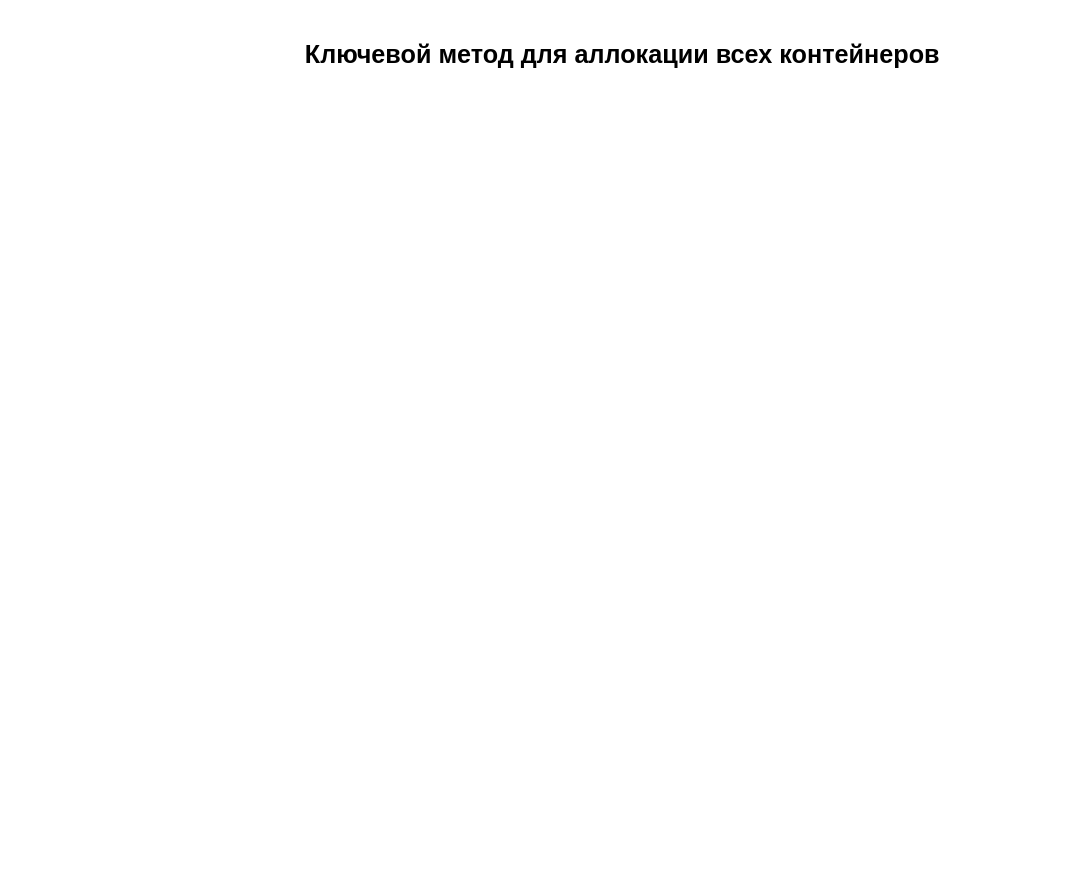
This is page "layer::setup" (9 of 9) of logic.drawio from xsdnn/xsdnn, a draw.io file, before an edit. Source tidied: cells renumbered, new cells numbered last; positions are measured from the earlier drawing's top-left corner, leaving out a move shared by most shapes. Both pictures are drawn from the tidied source at 105%, with x=0, y=0 at pixel (291, 18).
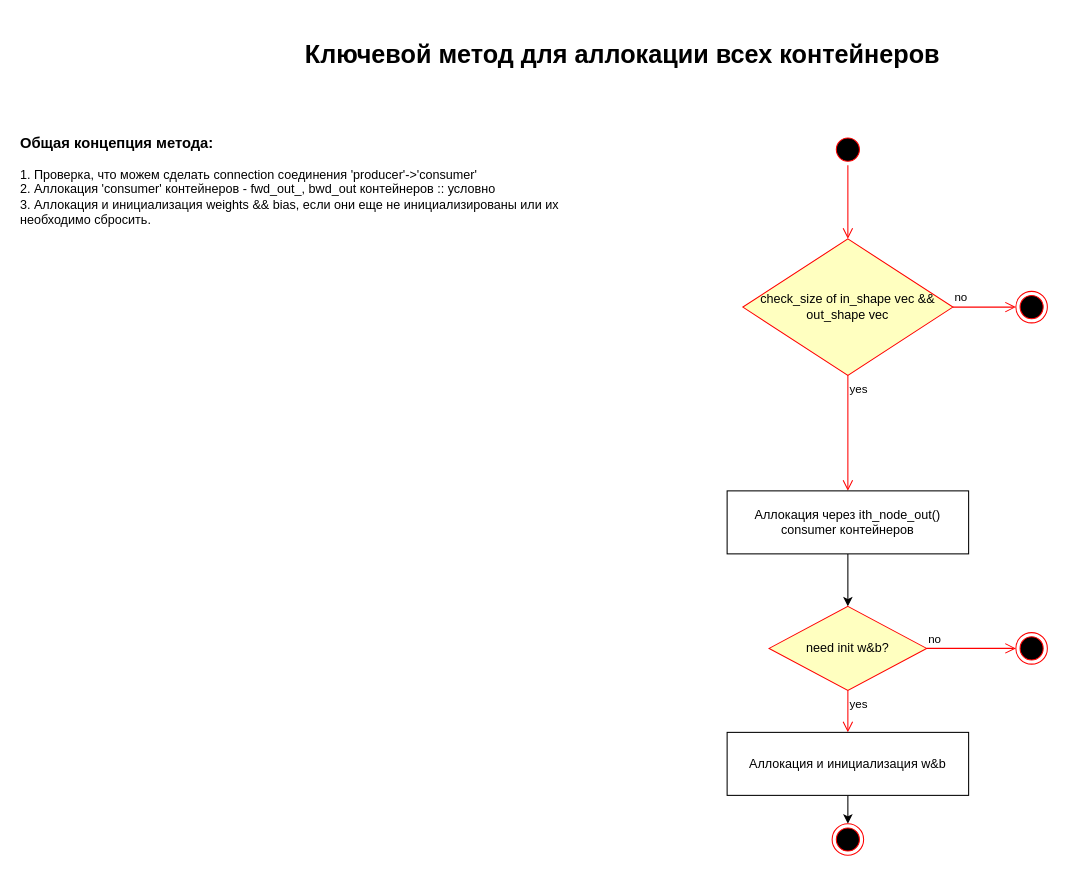
Above is the later version.

The edit, as a diff of the source:
```diff
@@
+    <mxCell id="3" value="&lt;h3&gt;Общая концепция метода:&lt;/h3&gt;&lt;div&gt;1. Проверка, что можем сделать connection соединения 'producer'-&amp;gt;'consumer'&lt;/div&gt;&lt;div&gt;2. Аллокация 'consumer' контейнеров - fwd_out_, bwd_out контейнеров :: условно&lt;/div&gt;&lt;div&gt;3. Аллокация и инициализация weights &amp;amp;&amp;amp; bias, если они еще не инициализированы или их необходимо сбросить.&lt;/div&gt;" style="text;html=1;strokeColor=none;fillColor=none;align=left;verticalAlign=top;whiteSpace=wrap;rounded=0;" parent="1" vertex="1">
+      <mxGeometry x="-260" y="90" width="570" height="210" as="geometry" />
+    </mxCell>
+    <mxCell id="4" style="ellipse;html=1;shape=startState;fillColor=#000000;strokeColor=#ff0000;" parent="1" vertex="1">
+      <mxGeometry x="515" y="110" width="30" height="30" as="geometry" />
+    </mxCell>
+    <mxCell id="5" style="edgeStyle=orthogonalEdgeStyle;html=1;verticalAlign=bottom;endArrow=open;endSize=8;strokeColor=#ff0000;rounded=0;entryX=0.5;entryY=0;entryDx=0;entryDy=0;" parent="1" edge="1" source="4" target="6">
+      <mxGeometry relative="1" as="geometry" />
+    </mxCell>
+    <mxCell id="6" value="check_size of in_shape vec &amp;amp;&amp;amp; out_shape vec" style="rhombus;whiteSpace=wrap;html=1;fillColor=#ffffc0;strokeColor=#ff0000;" parent="1" vertex="1">
+      <mxGeometry x="430" y="210" width="200" height="130" as="geometry" />
+    </mxCell>
+    <mxCell id="7" value="no" style="edgeStyle=orthogonalEdgeStyle;html=1;align=left;verticalAlign=bottom;endArrow=open;endSize=8;strokeColor=#ff0000;rounded=0;" parent="1" edge="1" source="6">
+      <mxGeometry x="-1" relative="1" as="geometry">
+        <mxPoint x="690" y="275" as="targetPoint" />
+      </mxGeometry>
+    </mxCell>
+    <mxCell id="8" value="yes" style="edgeStyle=orthogonalEdgeStyle;html=1;align=left;verticalAlign=top;endArrow=open;endSize=8;strokeColor=#ff0000;rounded=0;" parent="1" edge="1" source="6">
+      <mxGeometry x="-1" relative="1" as="geometry">
+        <mxPoint x="530" y="450" as="targetPoint" />
+      </mxGeometry>
+    </mxCell>
+    <mxCell id="9" style="ellipse;html=1;shape=endState;fillColor=#000000;strokeColor=#ff0000;" parent="1" vertex="1">
+      <mxGeometry x="690" y="260" width="30" height="30" as="geometry" />
+    </mxCell>
+    <mxCell id="10" style="edgeStyle=orthogonalEdgeStyle;rounded=0;jettySize=auto;html=1;" parent="1" edge="1" source="11" target="12">
+      <mxGeometry relative="1" as="geometry" />
+    </mxCell>
+    <mxCell id="11" value="Аллокация через ith_node_out() consumer контейнеров" style="rounded=0;whiteSpace=wrap;html=1;" parent="1" vertex="1">
+      <mxGeometry x="415" y="450" width="230" height="60" as="geometry" />
+    </mxCell>
+    <mxCell id="12" value="need init w&amp;amp;b?" style="rhombus;whiteSpace=wrap;html=1;fillColor=#ffffc0;strokeColor=#ff0000;" parent="1" vertex="1">
+      <mxGeometry x="455" y="560" width="150" height="80" as="geometry" />
+    </mxCell>
+    <mxCell id="13" value="no" style="edgeStyle=orthogonalEdgeStyle;html=1;align=left;verticalAlign=bottom;endArrow=open;endSize=8;strokeColor=#ff0000;rounded=0;" parent="1" edge="1" source="12">
+      <mxGeometry x="-1" relative="1" as="geometry">
+        <mxPoint x="690" y="600" as="targetPoint" />
+      </mxGeometry>
+    </mxCell>
+    <mxCell id="14" value="yes" style="edgeStyle=orthogonalEdgeStyle;html=1;align=left;verticalAlign=top;endArrow=open;endSize=8;strokeColor=#ff0000;rounded=0;entryX=0.5;entryY=0;entryDx=0;entryDy=0;" parent="1" edge="1" source="12" target="17">
+      <mxGeometry x="-1" relative="1" as="geometry" />
+    </mxCell>
+    <mxCell id="15" style="ellipse;html=1;shape=endState;fillColor=#000000;strokeColor=#ff0000;" parent="1" vertex="1">
+      <mxGeometry x="690" y="585" width="30" height="30" as="geometry" />
+    </mxCell>
+    <mxCell id="16" style="edgeStyle=orthogonalEdgeStyle;rounded=0;jettySize=auto;html=1;" parent="1" edge="1" source="17" target="18">
+      <mxGeometry relative="1" as="geometry" />
+    </mxCell>
+    <mxCell id="17" value="Аллокация и инициализация w&amp;amp;b" style="rounded=0;whiteSpace=wrap;html=1;" parent="1" vertex="1">
+      <mxGeometry x="415" y="680" width="230" height="60" as="geometry" />
+    </mxCell>
+    <mxCell id="18" style="ellipse;html=1;shape=endState;fillColor=#000000;strokeColor=#ff0000;" parent="1" vertex="1">
+      <mxGeometry x="515" y="767" width="30" height="30" as="geometry" />
+    </mxCell>
```
